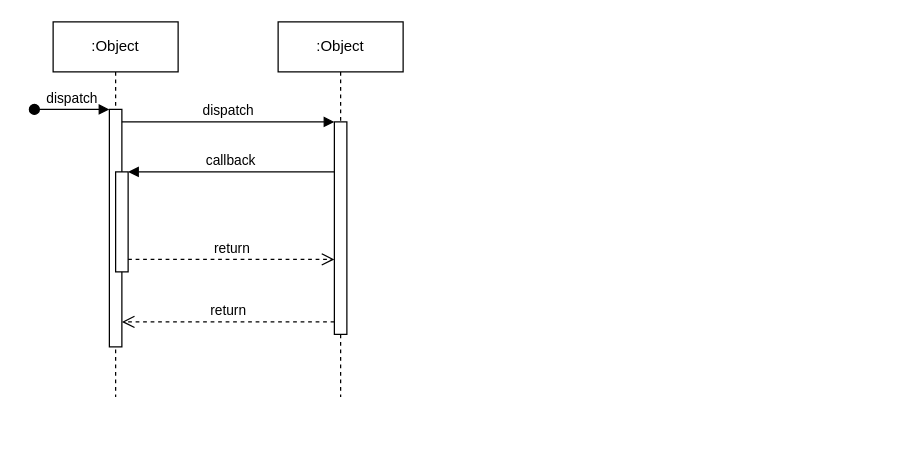
This is 未命名绘图.drawio from wanli-coder/diagrams, a draw.io file, before an edit. Source tidied: cells renumbered, new cells numbered last; positions are measured from the earlier drawing's top-left corner, leaving out a move shared by most shapes. Both pictures are drawn from the tidied source at 125%, with x=0, y=0 at pixel (34, 21).
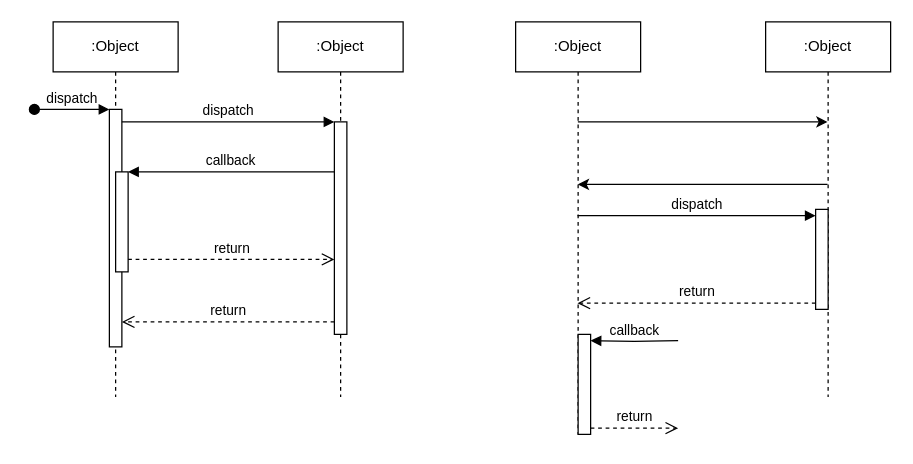
After the change.

Commit message:
更新未命名绘图.drawio

Diff of the diagram source:
```diff
@@
+    <mxCell id="12" value=":Object" style="shape=umlLifeline;perimeter=lifelinePerimeter;whiteSpace=wrap;html=1;newEdgeStyle={&quot;curved&quot;:0,&quot;rounded&quot;:0};" parent="1" vertex="1">
+      <mxGeometry x="585" width="100" height="300" as="geometry" />
+    </mxCell>
+    <mxCell id="13" style="html=1;points=[[0,0,0,0,5],[0,1,0,0,-5],[1,0,0,0,5],[1,1,0,0,-5]];perimeter=orthogonalPerimeter;outlineConnect=0;targetShapes=umlLifeline;portConstraint=eastwest;newEdgeStyle={&quot;curved&quot;:0,&quot;rounded&quot;:0};" parent="12" vertex="1">
+      <mxGeometry x="40" y="150" width="10" height="80" as="geometry" />
+    </mxCell>
@@
+    <mxCell id="14" style="edgeStyle=orthogonalEdgeStyle;rounded=0;orthogonalLoop=1;jettySize=auto;html=1;curved=0;" parent="1" edge="1">
+      <mxGeometry relative="1" as="geometry">
+        <mxPoint x="434.8" y="80" as="sourcePoint" />
+        <mxPoint x="634.5" y="80" as="targetPoint" />
+      </mxGeometry>
+    </mxCell>
+    <mxCell id="15" value=":Object" style="shape=umlLifeline;perimeter=lifelinePerimeter;whiteSpace=wrap;html=1;outlineConnect=0;portConstraint=eastwest;newEdgeStyle={&quot;curved&quot;:0,&quot;rounded&quot;:0};" parent="1" vertex="1">
+      <mxGeometry x="385" width="100" height="330" as="geometry" />
+    </mxCell>
+    <mxCell id="16" style="html=1;points=[[0,0,0,0,5],[0,1,0,0,-5],[1,0,0,0,5],[1,1,0,0,-5]];perimeter=orthogonalPerimeter;outlineConnect=0;targetShapes=umlLifeline;portConstraint=eastwest;newEdgeStyle={&quot;curved&quot;:0,&quot;rounded&quot;:0};" parent="15" vertex="1">
+      <mxGeometry x="50" y="250" width="10" height="80" as="geometry" />
+    </mxCell>
+    <mxCell id="17" value="callback" style="html=1;verticalAlign=bottom;endArrow=block;curved=0;rounded=0;entryX=1;entryY=0;entryDx=0;entryDy=5;edgeStyle=orthogonalEdgeStyle;" parent="15" edge="1" target="16">
+      <mxGeometry relative="1" as="geometry">
+        <mxPoint x="130" y="255" as="sourcePoint" />
+      </mxGeometry>
+    </mxCell>
+    <mxCell id="18" value="return" style="html=1;verticalAlign=bottom;endArrow=open;dashed=1;endSize=8;curved=0;rounded=0;exitX=1;exitY=1;exitDx=0;exitDy=-5;edgeStyle=orthogonalEdgeStyle;" parent="15" edge="1" source="16">
+      <mxGeometry relative="1" as="geometry">
+        <mxPoint x="130" y="325" as="targetPoint" />
+      </mxGeometry>
+    </mxCell>
+    <mxCell id="19" style="edgeStyle=orthogonalEdgeStyle;rounded=0;orthogonalLoop=1;jettySize=auto;html=1;curved=0;" parent="1" edge="1">
+      <mxGeometry relative="1" as="geometry">
+        <mxPoint x="634.5" y="130" as="sourcePoint" />
+        <mxPoint x="434.8" y="130" as="targetPoint" />
+      </mxGeometry>
+    </mxCell>
+    <mxCell id="20" value="dispatch" style="html=1;verticalAlign=bottom;endArrow=block;curved=0;rounded=0;entryX=0;entryY=0;entryDx=0;entryDy=5;edgeStyle=orthogonalEdgeStyle;" parent="1" edge="1" source="15" target="13">
+      <mxGeometry relative="1" as="geometry">
+        <Array as="points">
+          <mxPoint x="495" y="155" />
+          <mxPoint x="495" y="155" />
+        </Array>
+      </mxGeometry>
+    </mxCell>
+    <mxCell id="21" value="return" style="html=1;verticalAlign=bottom;endArrow=open;dashed=1;endSize=8;curved=0;rounded=0;exitX=0;exitY=1;exitDx=0;exitDy=-5;edgeStyle=orthogonalEdgeStyle;" parent="1" edge="1" source="13" target="15">
+      <mxGeometry relative="1" as="geometry">
+        <Array as="points">
+          <mxPoint x="485" y="225" />
+          <mxPoint x="485" y="225" />
+        </Array>
+      </mxGeometry>
+    </mxCell>
```
